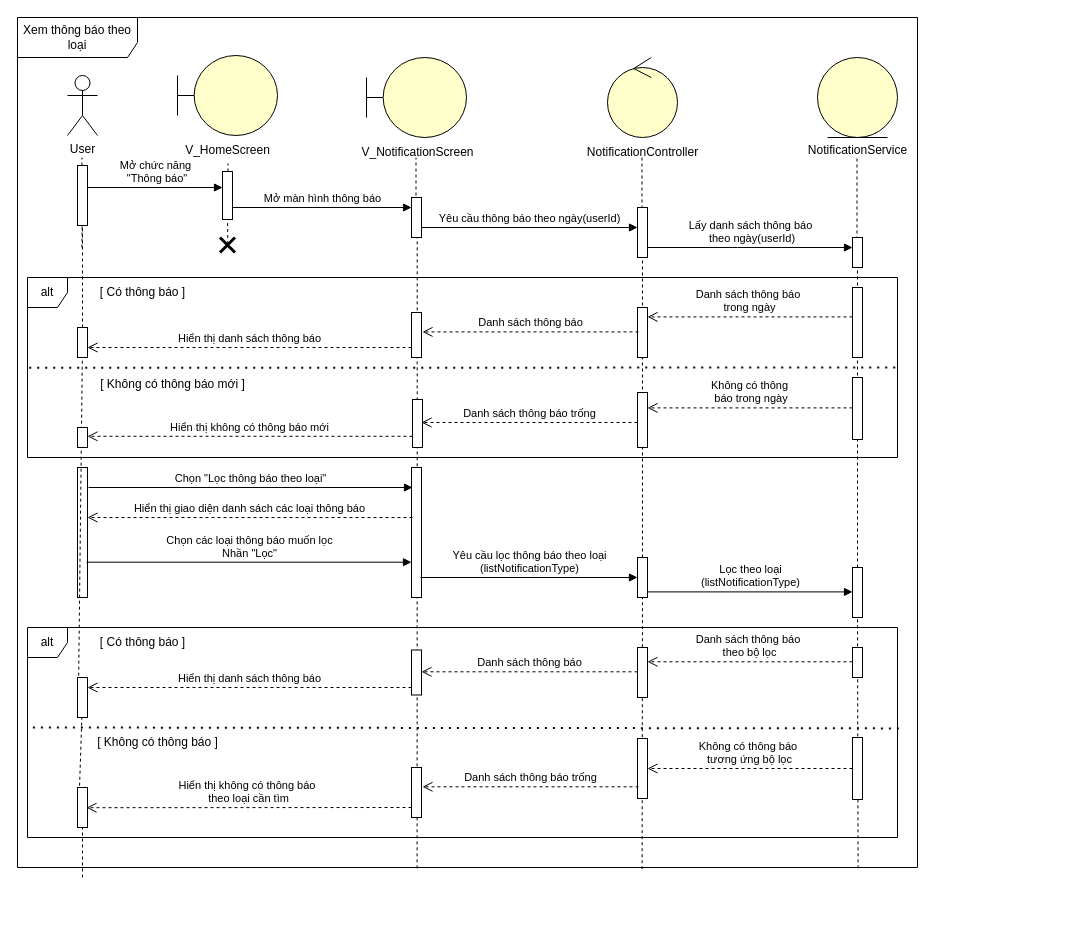
cuongceg/BTL-IT3120 keeps this draw.io diagram as Sequence diagram/Notification Management/View_notifications _by_type.drawio. Above is the earlier version. Source tidied: cells renumbered, new cells numbered last; positions are measured from the earlier drawing's top-left corner, leaving out a move shared by most shapes. Both pictures are drawn from the tidied source at 100%, with x=0, y=0 at pixel (17, 17).
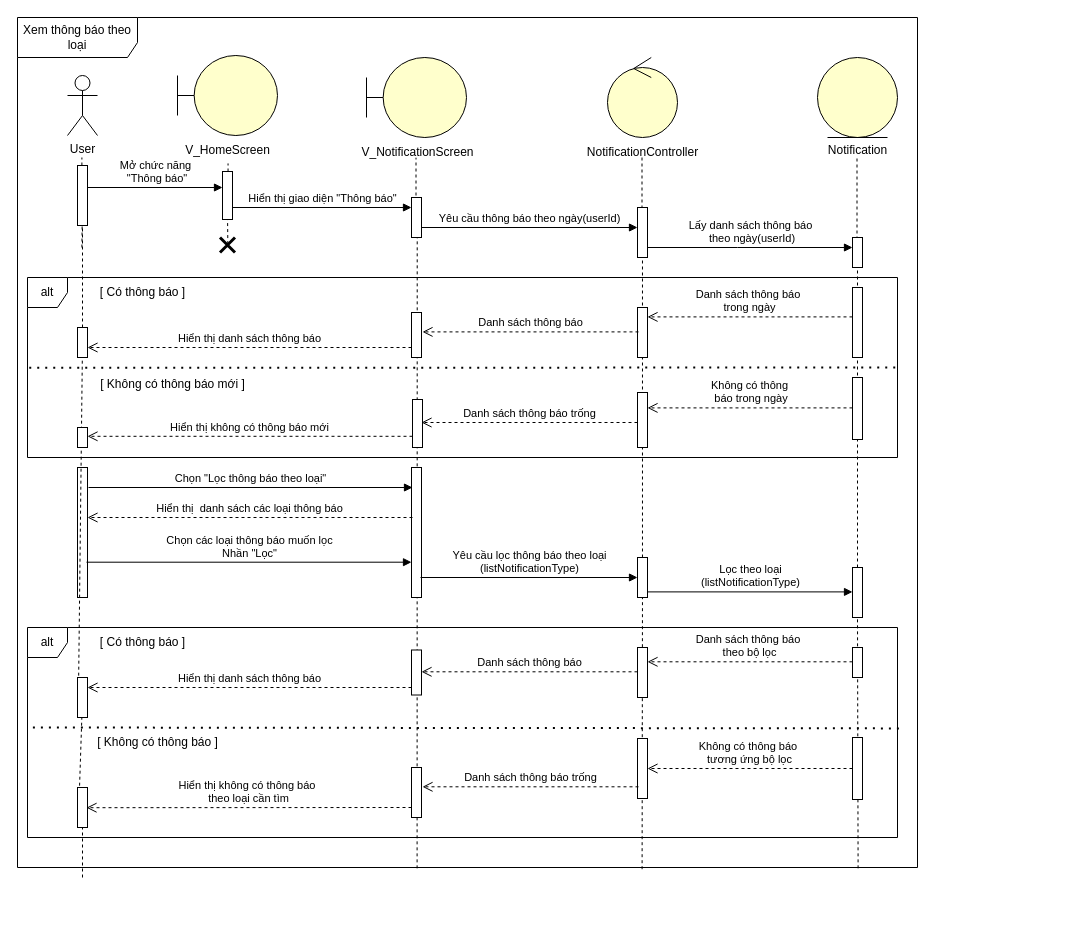
The same diagram, later.

Commit message:
Cập nhật View_notifications _by_type.drawio

The change refers to these unchanged cells:
```xml
<mxCell id="12" style="html=1;points=[[0,0,0,0,5],[0,1,0,0,-5],[1,0,0,0,5],[1,1,0,0,-5]];perimeter=orthogonalPerimeter;outlineConnect=0;targetShapes=umlLifeline;portConstraint=eastwest;newEdgeStyle={&quot;curved&quot;:0,&quot;rounded&quot;:0};" parent="1" vertex="1">
  <mxGeometry x="394" y="180" width="10" height="40" as="geometry" />
</mxCell>
<mxCell id="36" style="html=1;points=[[0,0,0,0,5],[0,1,0,0,-5],[1,0,0,0,5],[1,1,0,0,-5]];perimeter=orthogonalPerimeter;outlineConnect=0;targetShapes=umlLifeline;portConstraint=eastwest;newEdgeStyle={&quot;curved&quot;:0,&quot;rounded&quot;:0};" parent="1" vertex="1">
  <mxGeometry x="60" y="450" width="10" height="130" as="geometry" />
</mxCell>
```

Diff of the diagram source:
```diff
@@
-    <mxCell id="13" value="Mở màn hình thông báo" style="html=1;verticalAlign=bottom;endArrow=block;curved=0;rounded=0;" parent="1" edge="1" target="12">
+    <mxCell id="13" value="Hiển thị giao diện &quot;Thông báo&quot;" style="html=1;verticalAlign=bottom;endArrow=block;curved=0;rounded=0;" parent="1" edge="1" target="12">
       <mxGeometry relative="1" as="geometry">
         <mxPoint x="215" y="190" as="sourcePoint" />
       </mxGeometry>
     </mxCell>
@@
-    <mxCell id="59" value="&lt;span style=&quot;text-wrap-mode: wrap;&quot;&gt;Notification&lt;/span&gt;&lt;span style=&quot;text-wrap-mode: wrap; background-color: transparent; color: light-dark(rgb(0, 0, 0), rgb(255, 255, 255));&quot;&gt;Service&lt;/span&gt;" style="text;html=1;align=center;verticalAlign=middle;strokeColor=none;fillColor=none;" parent="1" vertex="1">
-      <mxGeometry x="780" y="118" width="120" height="30" as="geometry" />
+    <mxCell id="59" value="&lt;span style=&quot;text-wrap-mode: wrap;&quot;&gt;Notification&lt;/span&gt;" style="text;html=1;align=center;verticalAlign=middle;strokeColor=none;fillColor=none;" parent="1" vertex="1">
+      <mxGeometry x="800" y="118" width="80" height="30" as="geometry" />
     </mxCell>
@@
-    <mxCell id="75" value="Hiển thị giao diện danh sách các loại thông báo" style="html=1;verticalAlign=bottom;endArrow=open;dashed=1;endSize=8;curved=0;rounded=0;" parent="1" edge="1" target="36">
+    <mxCell id="75" value="Hiển thị&amp;nbsp; danh sách các loại thông báo" style="html=1;verticalAlign=bottom;endArrow=open;dashed=1;endSize=8;curved=0;rounded=0;" parent="1" edge="1" target="36">
       <mxGeometry relative="1" as="geometry">
         <mxPoint x="395" y="500" as="sourcePoint" />
       </mxGeometry>
     </mxCell>
```
